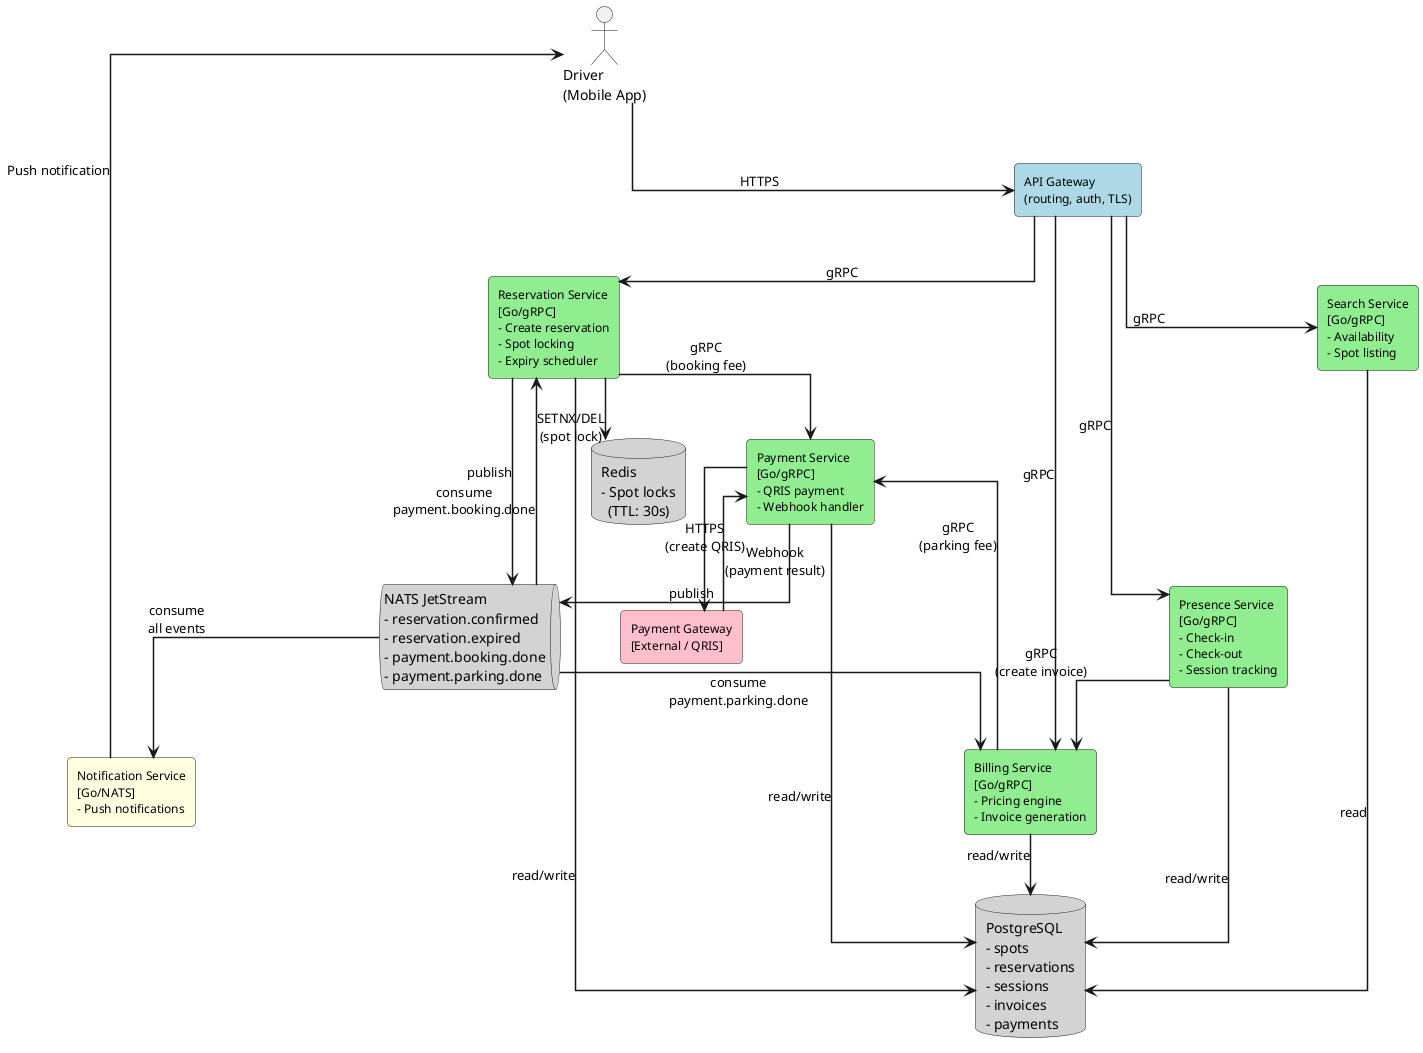
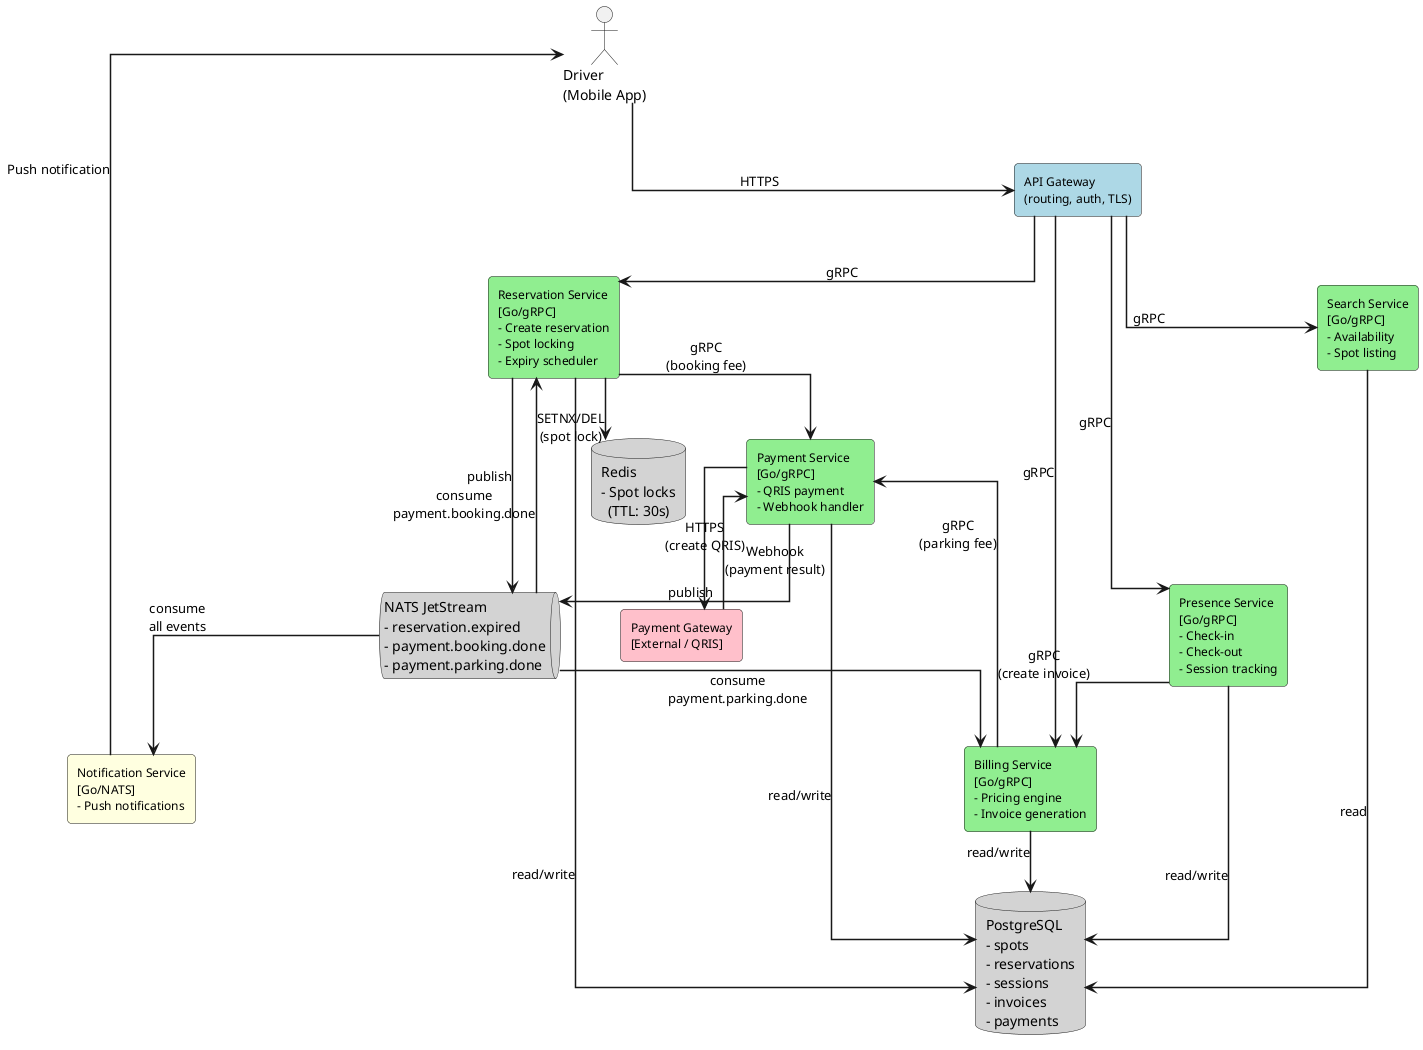
@startuml HLD - ParkirPintar Architecture

skinparam rectangleFontSize 12
skinparam rectangleRoundCorner 8
skinparam arrowThickness 1.5
skinparam linetype ortho
skinparam nodesep 60
skinparam ranksep 60

actor "Driver\n(Mobile App)" as Driver

rectangle "API Gateway\n(routing, auth, TLS)" as GW #LightBlue

rectangle "Search Service\n[Go/gRPC]\n- Availability\n- Spot listing" as Search #LightGreen

rectangle "Reservation Service\n[Go/gRPC]\n- Create reservation\n- Spot locking\n- Expiry scheduler" as Reservation #LightGreen

rectangle "Presence Service\n[Go/gRPC]\n- Check-in\n- Check-out\n- Session tracking" as Presence #LightGreen

rectangle "Billing Service\n[Go/gRPC]\n- Pricing engine\n- Invoice generation" as Billing #LightGreen

rectangle "Payment Service\n[Go/gRPC]\n- QRIS payment\n- Webhook handler" as Payment #LightGreen

rectangle "Notification Service\n[Go/NATS]\n- Push notifications" as Notification #LightYellow

database "PostgreSQL\n- spots\n- reservations\n- sessions\n- invoices\n- payments" as DB #LightGray

database "Redis\n- Spot locks\n  (TTL: 30s)" as Redis #LightGray

- queue "NATS JetStream\n- reservation.confirmed\n- reservation.expired\n- payment.booking.done\n- payment.parking.done" as NATS #LightGray
+ queue "NATS JetStream\n- reservation.expired\n- payment.booking.done\n- payment.parking.done" as NATS #LightGray

rectangle "Payment Gateway\n[External / QRIS]" as PGW #Pink

' Client to Gateway
Driver --> GW : HTTPS

' Gateway to Services
GW --> Search       : gRPC
GW --> Reservation  : gRPC
GW --> Presence     : gRPC
GW --> Billing      : gRPC

' Core service-to-service
Reservation --> Payment : gRPC\n(booking fee)
Presence    --> Billing : gRPC\n(create invoice)
Billing     --> Payment : gRPC\n(parking fee)

' DB access
Search      --> DB : read
Reservation --> DB : read/write
Presence    --> DB : read/write
Billing     --> DB : read/write
Payment     --> DB : read/write

' Redis locking
Reservation --> Redis : SETNX/DEL\n(spot lock)

' NATS publish
Reservation --> NATS : publish
Payment     --> NATS : publish

' NATS consume
NATS --> Reservation  : consume\npayment.booking.done
NATS --> Billing      : consume\npayment.parking.done
NATS --> Notification : consume\nall events

' Notification to Driver
Notification --> Driver : Push notification

' Payment gateway
Payment --> PGW : HTTPS\n(create QRIS)
PGW     --> Payment : Webhook\n(payment result)

@enduml
